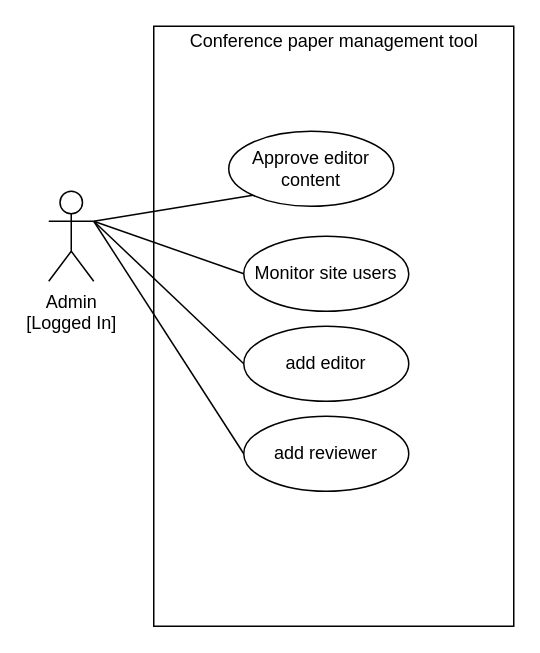
The draw.io diagram page "Admin" (4 of 5) of diagrams/UseCase.drawio in matthew-sliit/conferencemgtool, before the edit. Source tidied: cells renumbered, new cells numbered last; positions are measured from the earlier drawing's top-left corner, leaving out a move shared by most shapes. Both pictures are drawn from the tidied source at 150%, with x=0, y=0 at pixel (48, 26).
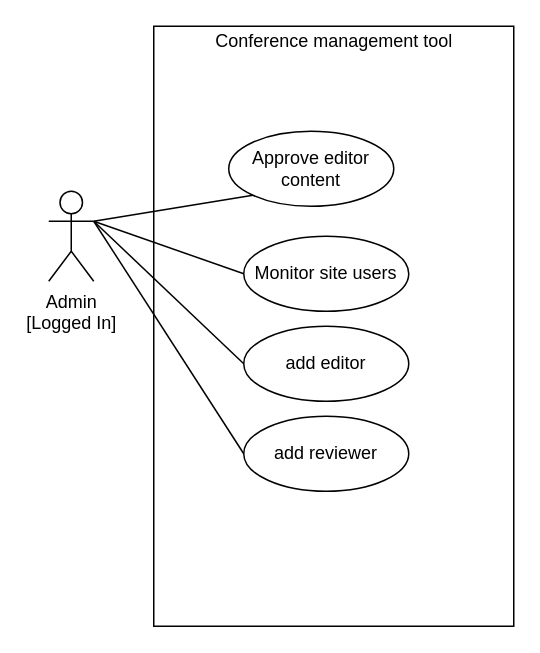
The same page after the edit.

Change to the diagram source:
```diff
@@
 <mxGraphModel>
   <root>
     <mxCell id="0" />
     <mxCell id="1" parent="0" />
     <mxCell id="2" style="rounded=0;whiteSpace=wrap;html=1;" parent="1" vertex="1">
       <mxGeometry x="70" width="240" height="400" as="geometry" />
     </mxCell>
     <mxCell id="3" value="Admin&lt;br&gt;[Logged In]" style="shape=umlActor;verticalLabelPosition=bottom;verticalAlign=top;html=1;outlineConnect=0;" parent="1" vertex="1">
       <mxGeometry y="110" width="30" height="60" as="geometry" />
     </mxCell>
     <mxCell id="4" value="Approve editor content" style="ellipse;whiteSpace=wrap;html=1;" parent="1" vertex="1">
       <mxGeometry x="120" y="70" width="110" height="50" as="geometry" />
     </mxCell>
     <mxCell id="5" value="Monitor site users" style="ellipse;whiteSpace=wrap;html=1;" parent="1" vertex="1">
       <mxGeometry x="130" y="140" width="110" height="50" as="geometry" />
     </mxCell>
     <mxCell id="6" style="endArrow=none;html=1;exitX=1;exitY=0.3333333333333333;exitDx=0;exitDy=0;exitPerimeter=0;entryX=0;entryY=1;entryDx=0;entryDy=0;" parent="1" edge="1" source="3" target="4">
       <mxGeometry relative="1" as="geometry" />
     </mxCell>
     <mxCell id="7" style="endArrow=none;html=1;exitX=1;exitY=0.3333333333333333;exitDx=0;exitDy=0;exitPerimeter=0;entryX=0;entryY=0.5;entryDx=0;entryDy=0;" parent="1" edge="1" source="3" target="5">
       <mxGeometry relative="1" as="geometry" />
     </mxCell>
-    <mxCell id="8" value="Conference paper management tool" style="text;html=1;align=center;verticalAlign=middle;strokeColor=none;" parent="1" vertex="1">
-      <mxGeometry x="85" width="210" height="20" as="geometry" />
+    <mxCell id="8" value="Conference management tool" style="text;html=1;align=center;verticalAlign=middle;strokeColor=none;" parent="1" vertex="1">
+      <mxGeometry x="105" width="170" height="20" as="geometry" />
     </mxCell>
     <mxCell id="9" value="add editor" style="ellipse;whiteSpace=wrap;html=1;" parent="1" vertex="1">
       <mxGeometry x="130" y="200" width="110" height="50" as="geometry" />
     </mxCell>
     <mxCell id="10" value="add reviewer" style="ellipse;whiteSpace=wrap;html=1;" parent="1" vertex="1">
       <mxGeometry x="130" y="260" width="110" height="50" as="geometry" />
     </mxCell>
     <mxCell id="11" style="endArrow=none;html=1;exitX=1;exitY=0.3333333333333333;exitDx=0;exitDy=0;exitPerimeter=0;entryX=0;entryY=0.5;entryDx=0;entryDy=0;" parent="1" edge="1" source="3" target="9">
       <mxGeometry relative="1" as="geometry" />
     </mxCell>
     <mxCell id="12" style="endArrow=none;html=1;exitX=1;exitY=0.3333333333333333;exitDx=0;exitDy=0;exitPerimeter=0;entryX=0;entryY=0.5;entryDx=0;entryDy=0;" parent="1" edge="1" source="3" target="10">
       <mxGeometry relative="1" as="geometry" />
     </mxCell>
   </root>
 </mxGraphModel>
```
